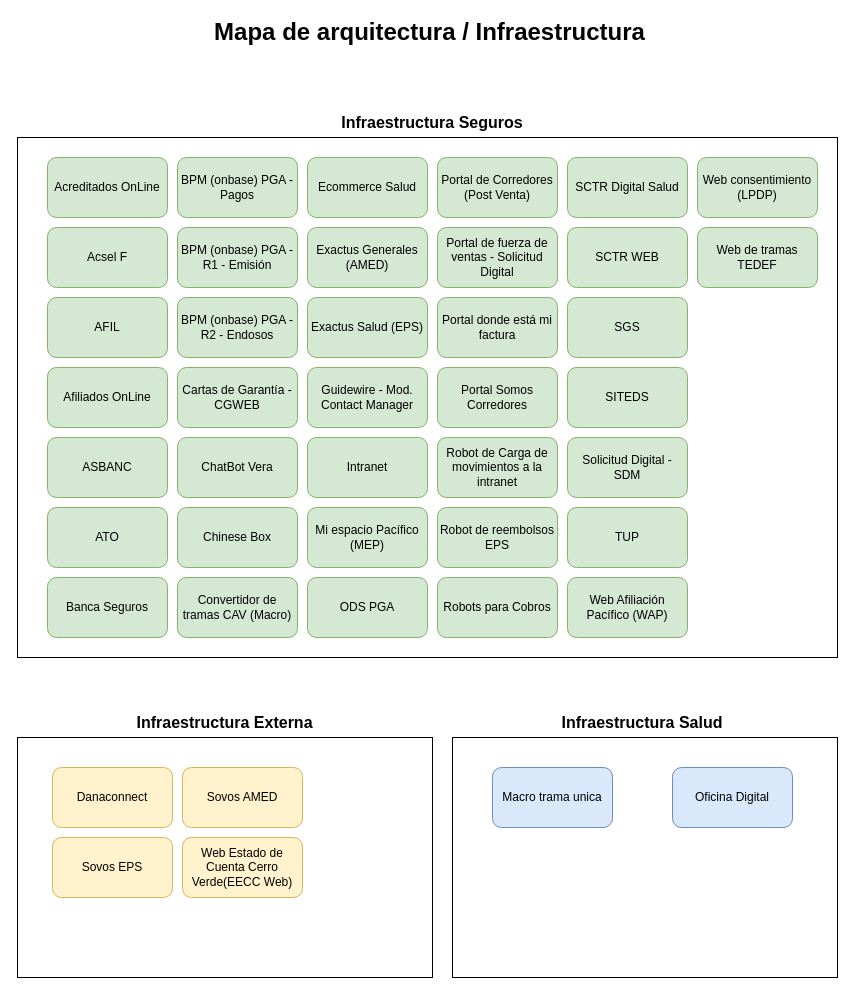
maniac787/GenerateMatrixReport keeps this draw.io diagram as page "Infraestructura" (1 of 2) of reports/MA_ASIS.drawio. Above is the earlier version. Source tidied: cells renumbered, new cells numbered last; positions are measured from the earlier drawing's top-left corner, leaving out a move shared by most shapes. Both pictures are drawn from the tidied source at 100%, with x=0, y=0 at pixel (17, 17).
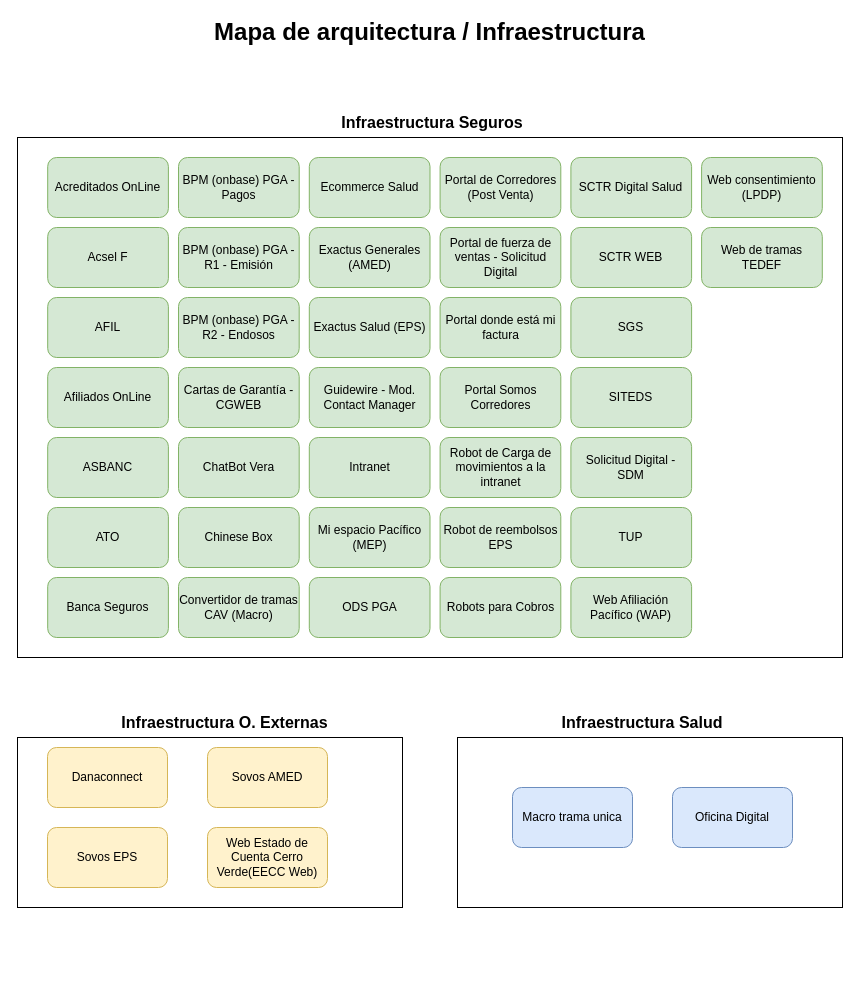
The same diagram, later.

Change to the diagram source:
```diff
@@
+    <mxCell id="53" style="rounded=0;whiteSpace=wrap;html=1;" parent="1" vertex="1">
+      <mxGeometry y="720" width="385" height="170" as="geometry" />
+    </mxCell>
+    <mxCell id="54" style="rounded=0;whiteSpace=wrap;html=1;" parent="1" vertex="1">
+      <mxGeometry x="440" y="720" width="385" height="170" as="geometry" />
+    </mxCell>
     <mxCell id="2" style="group;" parent="1" vertex="1">
-      <mxGeometry y="120" width="820" height="520" as="geometry" />
+      <mxGeometry y="120" width="825" height="520" as="geometry" />
     </mxCell>
     <mxCell id="3" style="rounded=0;whiteSpace=wrap;html=1;" parent="2" vertex="1">
-      <mxGeometry width="820" height="520" as="geometry" />
+      <mxGeometry width="825" height="520" as="geometry" />
     </mxCell>
     <mxCell id="4" value="Acreditados OnLine" style="rounded=1;whiteSpace=wrap;html=1;fillColor=#d5e8d4;strokeColor=#82b366;" parent="2" vertex="1">
-      <mxGeometry x="30" y="20" width="120" height="60" as="geometry" />
+      <mxGeometry x="30.2" y="20" width="120.7" height="60" as="geometry" />
     </mxCell>
     <mxCell id="5" value="Acsel F" style="rounded=1;whiteSpace=wrap;html=1;fillColor=#d5e8d4;strokeColor=#82b366;" parent="2" vertex="1">
-      <mxGeometry x="30" y="90" width="120" height="60" as="geometry" />
+      <mxGeometry x="30.2" y="90" width="120.7" height="60" as="geometry" />
     </mxCell>
     <mxCell id="6" value="AFIL" style="rounded=1;whiteSpace=wrap;html=1;fillColor=#d5e8d4;strokeColor=#82b366;" parent="2" vertex="1">
-      <mxGeometry x="30" y="160" width="120" height="60" as="geometry" />
+      <mxGeometry x="30.2" y="160" width="120.7" height="60" as="geometry" />
     </mxCell>
     <mxCell id="7" value="Afiliados OnLine" style="rounded=1;whiteSpace=wrap;html=1;fillColor=#d5e8d4;strokeColor=#82b366;" parent="2" vertex="1">
-      <mxGeometry x="30" y="230" width="120" height="60" as="geometry" />
+      <mxGeometry x="30.2" y="230" width="120.7" height="60" as="geometry" />
     </mxCell>
     <mxCell id="8" value="ASBANC" style="rounded=1;whiteSpace=wrap;html=1;fillColor=#d5e8d4;strokeColor=#82b366;" parent="2" vertex="1">
-      <mxGeometry x="30" y="300" width="120" height="60" as="geometry" />
+      <mxGeometry x="30.2" y="300" width="120.7" height="60" as="geometry" />
     </mxCell>
     <mxCell id="9" value="ATO" style="rounded=1;whiteSpace=wrap;html=1;fillColor=#d5e8d4;strokeColor=#82b366;" parent="2" vertex="1">
-      <mxGeometry x="30" y="370" width="120" height="60" as="geometry" />
+      <mxGeometry x="30.2" y="370" width="120.7" height="60" as="geometry" />
     </mxCell>
     <mxCell id="10" value="Banca Seguros" style="rounded=1;whiteSpace=wrap;html=1;fillColor=#d5e8d4;strokeColor=#82b366;" parent="2" vertex="1">
-      <mxGeometry x="30" y="440" width="120" height="60" as="geometry" />
+      <mxGeometry x="30.2" y="440" width="120.7" height="60" as="geometry" />
     </mxCell>
     <mxCell id="11" value="BPM (onbase) PGA - Pagos" style="rounded=1;whiteSpace=wrap;html=1;fillColor=#d5e8d4;strokeColor=#82b366;" parent="2" vertex="1">
-      <mxGeometry x="160" y="20" width="120" height="60" as="geometry" />
+      <mxGeometry x="161" y="20" width="120.7" height="60" as="geometry" />
     </mxCell>
     <mxCell id="12" value="BPM (onbase) PGA - R1 - Emisión" style="rounded=1;whiteSpace=wrap;html=1;fillColor=#d5e8d4;strokeColor=#82b366;" parent="2" vertex="1">
-      <mxGeometry x="160" y="90" width="120" height="60" as="geometry" />
+      <mxGeometry x="161" y="90" width="120.7" height="60" as="geometry" />
     </mxCell>
     <mxCell id="13" value="BPM (onbase) PGA - R2 - Endosos" style="rounded=1;whiteSpace=wrap;html=1;fillColor=#d5e8d4;strokeColor=#82b366;" parent="2" vertex="1">
-      <mxGeometry x="160" y="160" width="120" height="60" as="geometry" />
+      <mxGeometry x="161" y="160" width="120.7" height="60" as="geometry" />
     </mxCell>
     <mxCell id="14" value="Cartas de Garantía - CGWEB" style="rounded=1;whiteSpace=wrap;html=1;fillColor=#d5e8d4;strokeColor=#82b366;" parent="2" vertex="1">
-      <mxGeometry x="160" y="230" width="120" height="60" as="geometry" />
+      <mxGeometry x="161" y="230" width="120.7" height="60" as="geometry" />
     </mxCell>
     <mxCell id="15" value="ChatBot Vera" style="rounded=1;whiteSpace=wrap;html=1;fillColor=#d5e8d4;strokeColor=#82b366;" parent="2" vertex="1">
-      <mxGeometry x="160" y="300" width="120" height="60" as="geometry" />
+      <mxGeometry x="161" y="300" width="120.7" height="60" as="geometry" />
     </mxCell>
     <mxCell id="16" value="Chinese Box" style="rounded=1;whiteSpace=wrap;html=1;fillColor=#d5e8d4;strokeColor=#82b366;" parent="2" vertex="1">
-      <mxGeometry x="160" y="370" width="120" height="60" as="geometry" />
+      <mxGeometry x="161" y="370" width="120.7" height="60" as="geometry" />
     </mxCell>
     <mxCell id="17" value="Convertidor de tramas CAV (Macro)" style="rounded=1;whiteSpace=wrap;html=1;fillColor=#d5e8d4;strokeColor=#82b366;" parent="2" vertex="1">
-      <mxGeometry x="160" y="440" width="120" height="60" as="geometry" />
+      <mxGeometry x="161" y="440" width="120.7" height="60" as="geometry" />
     </mxCell>
     <mxCell id="18" value="Ecommerce Salud" style="rounded=1;whiteSpace=wrap;html=1;fillColor=#d5e8d4;strokeColor=#82b366;" parent="2" vertex="1">
-      <mxGeometry x="290" y="20" width="120" height="60" as="geometry" />
+      <mxGeometry x="291.8" y="20" width="120.7" height="60" as="geometry" />
     </mxCell>
     <mxCell id="19" value="Exactus Generales (AMED)" style="rounded=1;whiteSpace=wrap;html=1;fillColor=#d5e8d4;strokeColor=#82b366;" parent="2" vertex="1">
-      <mxGeometry x="290" y="90" width="120" height="60" as="geometry" />
+      <mxGeometry x="291.8" y="90" width="120.7" height="60" as="geometry" />
     </mxCell>
     <mxCell id="20" value="Exactus Salud (EPS)" style="rounded=1;whiteSpace=wrap;html=1;fillColor=#d5e8d4;strokeColor=#82b366;" parent="2" vertex="1">
-      <mxGeometry x="290" y="160" width="120" height="60" as="geometry" />
+      <mxGeometry x="291.8" y="160" width="120.7" height="60" as="geometry" />
     </mxCell>
     <mxCell id="21" value="Guidewire - Mod. Contact Manager" style="rounded=1;whiteSpace=wrap;html=1;fillColor=#d5e8d4;strokeColor=#82b366;" parent="2" vertex="1">
-      <mxGeometry x="290" y="230" width="120" height="60" as="geometry" />
+      <mxGeometry x="291.8" y="230" width="120.7" height="60" as="geometry" />
     </mxCell>
     <mxCell id="22" value="Intranet" style="rounded=1;whiteSpace=wrap;html=1;fillColor=#d5e8d4;strokeColor=#82b366;" parent="2" vertex="1">
-      <mxGeometry x="290" y="300" width="120" height="60" as="geometry" />
+      <mxGeometry x="291.8" y="300" width="120.7" height="60" as="geometry" />
     </mxCell>
     <mxCell id="23" value="Mi espacio Pacífico (MEP)" style="rounded=1;whiteSpace=wrap;html=1;fillColor=#d5e8d4;strokeColor=#82b366;" parent="2" vertex="1">
-      <mxGeometry x="290" y="370" width="120" height="60" as="geometry" />
+      <mxGeometry x="291.8" y="370" width="120.7" height="60" as="geometry" />
     </mxCell>
     <mxCell id="24" value="ODS PGA" style="rounded=1;whiteSpace=wrap;html=1;fillColor=#d5e8d4;strokeColor=#82b366;" parent="2" vertex="1">
-      <mxGeometry x="290" y="440" width="120" height="60" as="geometry" />
+      <mxGeometry x="291.8" y="440" width="120.7" height="60" as="geometry" />
     </mxCell>
     <mxCell id="25" value="Portal de Corredores (Post Venta)" style="rounded=1;whiteSpace=wrap;html=1;fillColor=#d5e8d4;strokeColor=#82b366;" parent="2" vertex="1">
-      <mxGeometry x="420" y="20" width="120" height="60" as="geometry" />
+      <mxGeometry x="422.6" y="20" width="120.7" height="60" as="geometry" />
     </mxCell>
     <mxCell id="26" value="Portal de fuerza de ventas - Solicitud Digital" style="rounded=1;whiteSpace=wrap;html=1;fillColor=#d5e8d4;strokeColor=#82b366;" parent="2" vertex="1">
-      <mxGeometry x="420" y="90" width="120" height="60" as="geometry" />
+      <mxGeometry x="422.6" y="90" width="120.7" height="60" as="geometry" />
     </mxCell>
     <mxCell id="27" value="Portal donde está mi factura" style="rounded=1;whiteSpace=wrap;html=1;fillColor=#d5e8d4;strokeColor=#82b366;" parent="2" vertex="1">
-      <mxGeometry x="420" y="160" width="120" height="60" as="geometry" />
+      <mxGeometry x="422.6" y="160" width="120.7" height="60" as="geometry" />
     </mxCell>
     <mxCell id="28" value="Portal Somos Corredores" style="rounded=1;whiteSpace=wrap;html=1;fillColor=#d5e8d4;strokeColor=#82b366;" parent="2" vertex="1">
-      <mxGeometry x="420" y="230" width="120" height="60" as="geometry" />
+      <mxGeometry x="422.6" y="230" width="120.7" height="60" as="geometry" />
     </mxCell>
     <mxCell id="29" value="Robot de Carga de movimientos a la intranet" style="rounded=1;whiteSpace=wrap;html=1;fillColor=#d5e8d4;strokeColor=#82b366;" parent="2" vertex="1">
-      <mxGeometry x="420" y="300" width="120" height="60" as="geometry" />
+      <mxGeometry x="422.6" y="300" width="120.7" height="60" as="geometry" />
     </mxCell>
     <mxCell id="30" value="Robot de reembolsos EPS" style="rounded=1;whiteSpace=wrap;html=1;fillColor=#d5e8d4;strokeColor=#82b366;" parent="2" vertex="1">
-      <mxGeometry x="420" y="370" width="120" height="60" as="geometry" />
+      <mxGeometry x="422.6" y="370" width="120.7" height="60" as="geometry" />
     </mxCell>
     <mxCell id="31" value="Robots para Cobros" style="rounded=1;whiteSpace=wrap;html=1;fillColor=#d5e8d4;strokeColor=#82b366;" parent="2" vertex="1">
-      <mxGeometry x="420" y="440" width="120" height="60" as="geometry" />
+      <mxGeometry x="422.6" y="440" width="120.7" height="60" as="geometry" />
     </mxCell>
     <mxCell id="32" value="SCTR Digital Salud" style="rounded=1;whiteSpace=wrap;html=1;fillColor=#d5e8d4;strokeColor=#82b366;" parent="2" vertex="1">
-      <mxGeometry x="550" y="20" width="120" height="60" as="geometry" />
+      <mxGeometry x="553.4" y="20" width="120.7" height="60" as="geometry" />
     </mxCell>
     <mxCell id="33" value="SCTR WEB" style="rounded=1;whiteSpace=wrap;html=1;fillColor=#d5e8d4;strokeColor=#82b366;" parent="2" vertex="1">
-      <mxGeometry x="550" y="90" width="120" height="60" as="geometry" />
+      <mxGeometry x="553.4" y="90" width="120.7" height="60" as="geometry" />
     </mxCell>
     <mxCell id="34" value="SGS" style="rounded=1;whiteSpace=wrap;html=1;fillColor=#d5e8d4;strokeColor=#82b366;" parent="2" vertex="1">
-      <mxGeometry x="550" y="160" width="120" height="60" as="geometry" />
+      <mxGeometry x="553.4" y="160" width="120.7" height="60" as="geometry" />
     </mxCell>
     <mxCell id="35" value="SITEDS" style="rounded=1;whiteSpace=wrap;html=1;fillColor=#d5e8d4;strokeColor=#82b366;" parent="2" vertex="1">
-      <mxGeometry x="550" y="230" width="120" height="60" as="geometry" />
+      <mxGeometry x="553.4" y="230" width="120.7" height="60" as="geometry" />
     </mxCell>
     <mxCell id="36" value="Solicitud Digital - SDM" style="rounded=1;whiteSpace=wrap;html=1;fillColor=#d5e8d4;strokeColor=#82b366;" parent="2" vertex="1">
-      <mxGeometry x="550" y="300" width="120" height="60" as="geometry" />
+      <mxGeometry x="553.4" y="300" width="120.7" height="60" as="geometry" />
     </mxCell>
     <mxCell id="37" value="TUP" style="rounded=1;whiteSpace=wrap;html=1;fillColor=#d5e8d4;strokeColor=#82b366;" parent="2" vertex="1">
-      <mxGeometry x="550" y="370" width="120" height="60" as="geometry" />
+      <mxGeometry x="553.4" y="370" width="120.7" height="60" as="geometry" />
     </mxCell>
     <mxCell id="38" value="Web Afiliación Pacífico (WAP)" style="rounded=1;whiteSpace=wrap;html=1;fillColor=#d5e8d4;strokeColor=#82b366;" parent="2" vertex="1">
-      <mxGeometry x="550" y="440" width="120" height="60" as="geometry" />
+      <mxGeometry x="553.4" y="440" width="120.7" height="60" as="geometry" />
     </mxCell>
     <mxCell id="39" value="Web consentimiento (LPDP)" style="rounded=1;whiteSpace=wrap;html=1;fillColor=#d5e8d4;strokeColor=#82b366;" parent="2" vertex="1">
-      <mxGeometry x="680" y="20" width="120" height="60" as="geometry" />
+      <mxGeometry x="684.1" y="20" width="120.7" height="60" as="geometry" />
     </mxCell>
     <mxCell id="40" value="Web de tramas TEDEF" style="rounded=1;whiteSpace=wrap;html=1;fillColor=#d5e8d4;strokeColor=#82b366;" parent="2" vertex="1">
-      <mxGeometry x="680" y="90" width="120" height="60" as="geometry" />
+      <mxGeometry x="684.1" y="90" width="120.7" height="60" as="geometry" />
     </mxCell>
-    <mxCell id="41" style="rounded=0;whiteSpace=wrap;html=1;" parent="1" vertex="1">
-      <mxGeometry x="435" y="720" width="385" height="240" as="geometry" />
-    </mxCell>
     <mxCell id="42" value="Macro trama unica" style="rounded=1;whiteSpace=wrap;html=1;fillColor=#dae8fc;strokeColor=#6c8ebf;" parent="1" vertex="1">
-      <mxGeometry x="475" y="750" width="120" height="60" as="geometry" />
+      <mxGeometry x="495" y="770" width="120" height="60" as="geometry" />
     </mxCell>
     <mxCell id="43" value="Oficina Digital" style="rounded=1;whiteSpace=wrap;html=1;fillColor=#dae8fc;strokeColor=#6c8ebf;" parent="1" vertex="1">
-      <mxGeometry x="655" y="750" width="120" height="60" as="geometry" />
+      <mxGeometry x="655" y="770" width="120" height="60" as="geometry" />
     </mxCell>
-    <mxCell id="44" style="rounded=0;whiteSpace=wrap;html=1;" parent="1" vertex="1">
-      <mxGeometry y="720" width="415" height="240" as="geometry" />
-    </mxCell>
+    <mxCell id="49" value="&lt;font style=&quot;font-size: 24px;&quot;&gt;&lt;b&gt;Mapa de arquitectura / Infraestructura&lt;/b&gt;&lt;/font&gt;" style="text;html=1;strokeColor=none;fillColor=none;align=center;verticalAlign=middle;whiteSpace=wrap;rounded=0;" parent="1" vertex="1">
+      <mxGeometry width="825" height="30" as="geometry" />
+    </mxCell>
+    <mxCell id="50" value="&lt;font size=&quot;1&quot; style=&quot;&quot;&gt;&lt;b style=&quot;font-size: 16px;&quot;&gt;Infraestructura Seguros&lt;/b&gt;&lt;/font&gt;" style="text;html=1;strokeColor=none;fillColor=none;align=center;verticalAlign=middle;whiteSpace=wrap;rounded=0;" parent="1" vertex="1">
+      <mxGeometry x="115" y="90" width="600" height="30" as="geometry" />
+    </mxCell>
+    <mxCell id="52" value="&lt;font size=&quot;1&quot; style=&quot;&quot;&gt;&lt;b style=&quot;font-size: 16px;&quot;&gt;Infraestructura Salud&lt;/b&gt;&lt;/font&gt;" style="text;html=1;strokeColor=none;fillColor=none;align=center;verticalAlign=middle;whiteSpace=wrap;rounded=0;" parent="1" vertex="1">
+      <mxGeometry x="435" y="690" width="380" height="30" as="geometry" />
+    </mxCell>
     <mxCell id="45" value="Danaconnect" style="rounded=1;whiteSpace=wrap;html=1;fillColor=#fff2cc;strokeColor=#d6b656;" parent="1" vertex="1">
-      <mxGeometry x="35" y="750" width="120" height="60" as="geometry" />
+      <mxGeometry x="30" y="730" width="120" height="60" as="geometry" />
     </mxCell>
     <mxCell id="46" value="Sovos AMED" style="rounded=1;whiteSpace=wrap;html=1;fillColor=#fff2cc;strokeColor=#d6b656;" parent="1" vertex="1">
-      <mxGeometry x="165" y="750" width="120" height="60" as="geometry" />
+      <mxGeometry x="190" y="730" width="120" height="60" as="geometry" />
     </mxCell>
     <mxCell id="47" value="Sovos EPS" style="rounded=1;whiteSpace=wrap;html=1;fillColor=#fff2cc;strokeColor=#d6b656;" parent="1" vertex="1">
-      <mxGeometry x="35" y="820" width="120" height="60" as="geometry" />
+      <mxGeometry x="30" y="810" width="120" height="60" as="geometry" />
     </mxCell>
     <mxCell id="48" value="Web Estado de Cuenta Cerro Verde(EECC Web)" style="rounded=1;whiteSpace=wrap;html=1;fillColor=#fff2cc;strokeColor=#d6b656;" parent="1" vertex="1">
-      <mxGeometry x="165" y="820" width="120" height="60" as="geometry" />
+      <mxGeometry x="190" y="810" width="120" height="60" as="geometry" />
     </mxCell>
-    <mxCell id="49" value="&lt;font style=&quot;font-size: 24px;&quot;&gt;&lt;b&gt;Mapa de arquitectura / Infraestructura&lt;/b&gt;&lt;/font&gt;" style="text;html=1;strokeColor=none;fillColor=none;align=center;verticalAlign=middle;whiteSpace=wrap;rounded=0;" parent="1" vertex="1">
-      <mxGeometry width="825" height="30" as="geometry" />
-    </mxCell>
-    <mxCell id="50" value="&lt;font size=&quot;1&quot; style=&quot;&quot;&gt;&lt;b style=&quot;font-size: 16px;&quot;&gt;Infraestructura Seguros&lt;/b&gt;&lt;/font&gt;" style="text;html=1;strokeColor=none;fillColor=none;align=center;verticalAlign=middle;whiteSpace=wrap;rounded=0;" parent="1" vertex="1">
-      <mxGeometry x="115" y="90" width="600" height="30" as="geometry" />
-    </mxCell>
-    <mxCell id="51" value="&lt;font size=&quot;1&quot; style=&quot;&quot;&gt;&lt;b style=&quot;font-size: 16px;&quot;&gt;Infraestructura Externa&lt;/b&gt;&lt;/font&gt;" style="text;html=1;strokeColor=none;fillColor=none;align=center;verticalAlign=middle;whiteSpace=wrap;rounded=0;" parent="1" vertex="1">
-      <mxGeometry y="690" width="415" height="30" as="geometry" />
-    </mxCell>
-    <mxCell id="52" value="&lt;font size=&quot;1&quot; style=&quot;&quot;&gt;&lt;b style=&quot;font-size: 16px;&quot;&gt;Infraestructura Salud&lt;/b&gt;&lt;/font&gt;" style="text;html=1;strokeColor=none;fillColor=none;align=center;verticalAlign=middle;whiteSpace=wrap;rounded=0;" parent="1" vertex="1">
-      <mxGeometry x="435" y="690" width="380" height="30" as="geometry" />
-    </mxCell>
+    <mxCell id="55" value="&lt;b style=&quot;border-color: var(--border-color); font-size: 16px;&quot;&gt;Infraestructura O. Externas&lt;/b&gt;" style="text;html=1;strokeColor=none;fillColor=none;align=center;verticalAlign=middle;whiteSpace=wrap;rounded=0;" parent="1" vertex="1">
+      <mxGeometry y="690" width="415" height="30" as="geometry" />
+    </mxCell>
```
